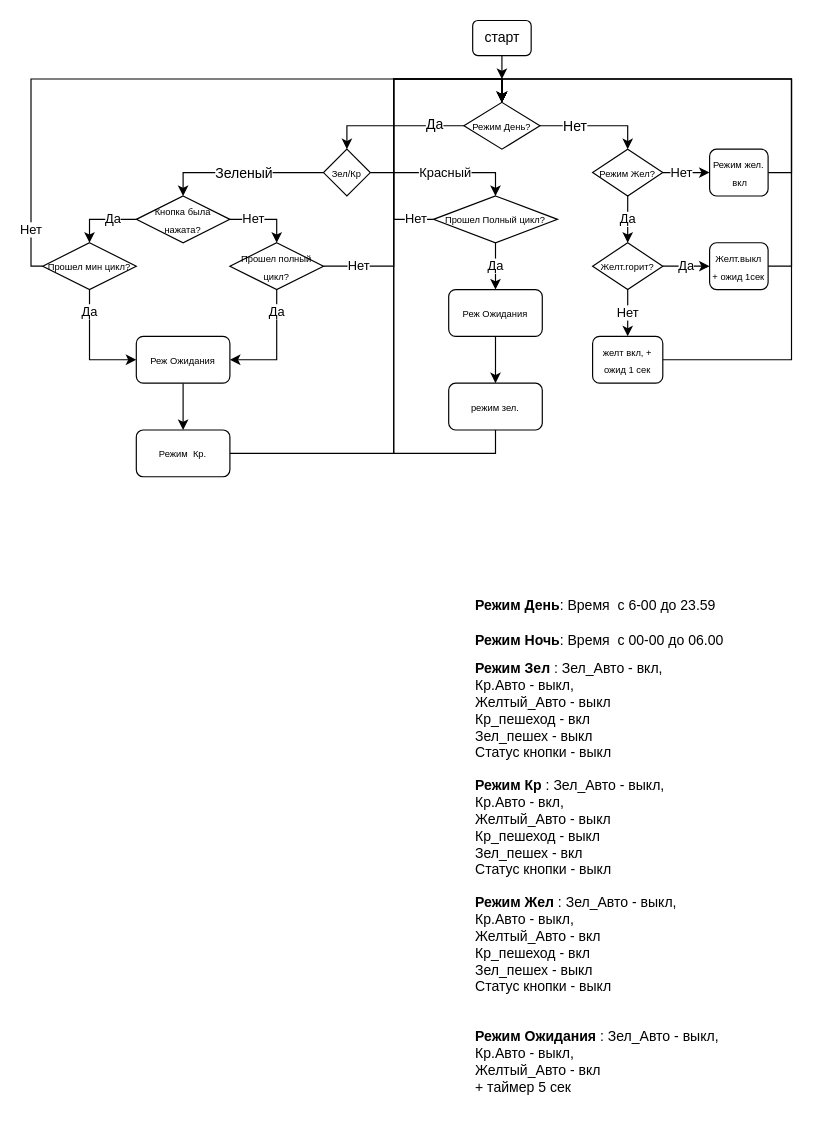
This is Untitled Diagram.drawio from Zed-chi/svetofor, a draw.io file, before an edit. Source tidied: cells renumbered, new cells numbered last; positions are measured from the earlier drawing's top-left corner, leaving out a move shared by most shapes. Both pictures are drawn from the tidied source at 117%, with x=0, y=0 at pixel (30, 20).
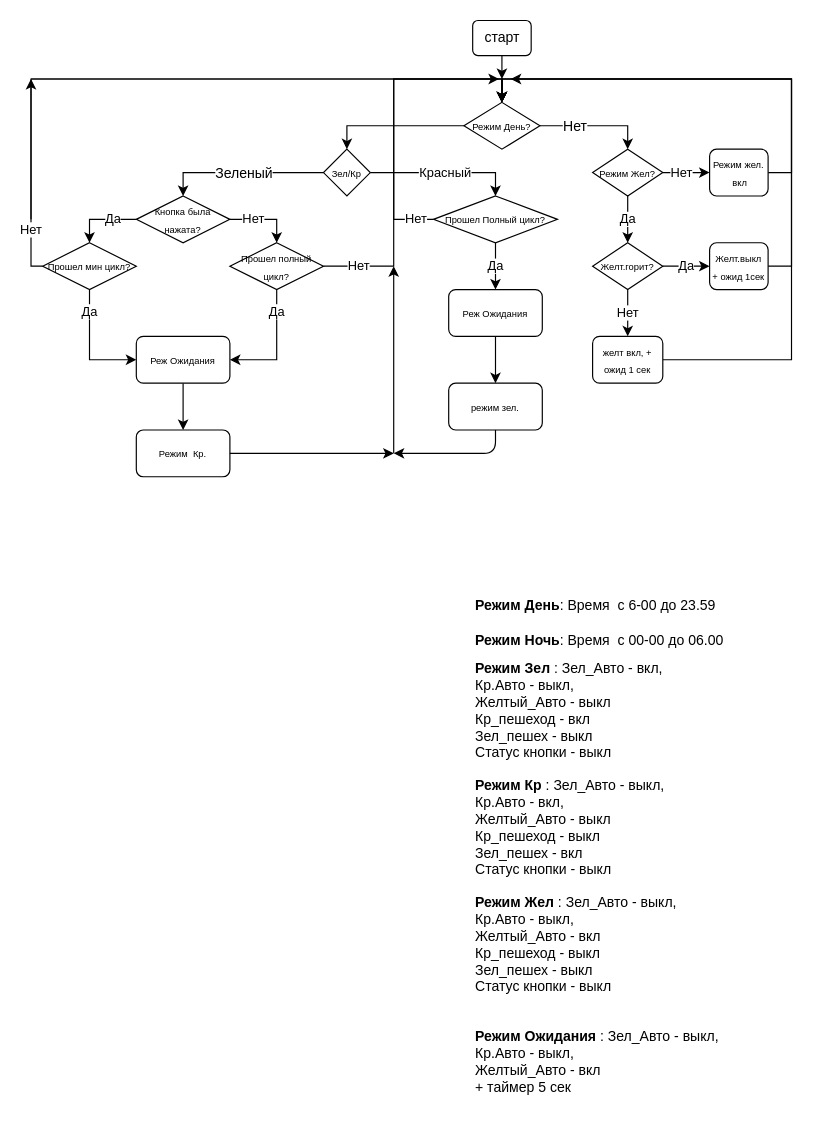
The same page after the edit.

The change refers to these unchanged cells:
```xml
<mxCell id="7" value="&lt;font style=&quot;font-size: 8px&quot;&gt;Режим День?&lt;/font&gt;" style="rhombus;whiteSpace=wrap;html=1;" parent="1" vertex="1">
  <mxGeometry x="370" y="70" width="65" height="40" as="geometry" />
</mxCell>
<mxCell id="18" value="&lt;font style=&quot;font-size: 8px&quot;&gt;Режим&amp;nbsp; Кр.&lt;/font&gt;" style="rounded=1;whiteSpace=wrap;html=1;" parent="1" vertex="1">
  <mxGeometry x="90" y="350" width="80" height="40" as="geometry" />
</mxCell>
<mxCell id="27" value="&lt;font style=&quot;font-size: 8px&quot;&gt;режим зел.&lt;/font&gt;" style="rounded=1;whiteSpace=wrap;html=1;" parent="1" vertex="1">
  <mxGeometry x="357" y="310" width="80" height="40" as="geometry" />
</mxCell>
<mxCell id="39" value="&lt;font style=&quot;font-size: 8px&quot;&gt;Желт.выкл&lt;br&gt;+ ожид 1сек&lt;/font&gt;" style="rounded=1;whiteSpace=wrap;html=1;" parent="1" vertex="1">
  <mxGeometry x="580" y="190" width="50" height="40" as="geometry" />
</mxCell>
```

The edit, as a diff of the source:
```diff
@@
-    <mxCell id="17" style="edgeStyle=orthogonalEdgeStyle;rounded=0;jettySize=auto;html=1;exitX=1;exitY=0.5;exitDx=0;exitDy=0;entryX=0.5;entryY=0;entryDx=0;entryDy=0;" parent="1" edge="1" source="18" target="7">
-      <mxGeometry relative="1" as="geometry">
-        <Array as="points">
-          <mxPoint x="310" y="370" />
-          <mxPoint x="310" y="50" />
-          <mxPoint x="403" y="50" />
-        </Array>
-      </mxGeometry>
-    </mxCell>
@@
-    <mxCell id="25" style="edgeStyle=orthogonalEdgeStyle;rounded=0;jettySize=auto;html=1;exitX=0.5;exitY=1;exitDx=0;exitDy=0;entryX=0.5;entryY=0;entryDx=0;entryDy=0;" parent="1" edge="1" source="27" target="7">
-      <mxGeometry relative="1" as="geometry">
-        <Array as="points">
-          <mxPoint x="397" y="370" />
-          <mxPoint x="310" y="370" />
-          <mxPoint x="310" y="50" />
-          <mxPoint x="403" y="50" />
-        </Array>
-      </mxGeometry>
-    </mxCell>
-    <mxCell id="26" value="Да" style="text;html=1;align=center;verticalAlign=middle;labelBackgroundColor=#ffffff;" parent="25" vertex="1">
-      <mxGeometry x="0.42" y="3" relative="1" as="geometry">
-        <mxPoint x="37" y="-6" as="offset" />
-      </mxGeometry>
-    </mxCell>
@@
     <mxCell id="38" style="edgeStyle=orthogonalEdgeStyle;rounded=0;jettySize=auto;html=1;exitX=1;exitY=0.5;exitDx=0;exitDy=0;entryX=0.5;entryY=0;entryDx=0;entryDy=0;" parent="1" edge="1" source="39" target="7">
       <mxGeometry relative="1" as="geometry">
         <Array as="points">
           <mxPoint x="650" y="210" />
           <mxPoint x="650" y="50" />
-          <mxPoint x="403" y="50" />
+          <mxPoint x="402" y="50" />
         </Array>
       </mxGeometry>
     </mxCell>
@@
-    <mxCell id="44" value="&lt;b&gt;Режим Жел&lt;/b&gt; : Зел_Авто - выкл, &lt;br&gt;Кр.Авто - выкл, &lt;br&gt;Желтый_Авто - вкл&lt;br&gt;Кр_пешеход - вкл&lt;br&gt;Зел_пешех - выкл&lt;br&gt;Статус кнопки - выкл" style="text;html=1;strokeColor=none;fillColor=none;align=left;verticalAlign=middle;whiteSpace=wrap;rounded=0;" parent="1" vertex="1">
+    <mxCell id="44" value="&lt;b&gt;Режим Жел&lt;/b&gt; : Зел_Авто - выкл, &lt;br&gt;Кр.Авто - выкл, &lt;br&gt;Желтый_Авто - вкл&lt;br&gt;Кр_пешеход - выкл&lt;br&gt;Зел_пешех - выкл&lt;br&gt;Статус кнопки - выкл" style="text;html=1;strokeColor=none;fillColor=none;align=left;verticalAlign=middle;whiteSpace=wrap;rounded=0;" parent="1" vertex="1">
       <mxGeometry x="377.5" y="750" width="240" height="80" as="geometry" />
     </mxCell>
@@
+    <mxCell id="51" style="endArrow=classic;html=1;exitX=1;exitY=0.5;exitDx=0;exitDy=0;" parent="1" edge="1" source="18">
+      <mxGeometry relative="1" as="geometry">
+        <mxPoint x="310" y="370" as="targetPoint" />
+      </mxGeometry>
+    </mxCell>
+    <mxCell id="52" style="endArrow=classic;html=1;exitX=0.5;exitY=1;exitDx=0;exitDy=0;" parent="1" edge="1" source="27">
+      <mxGeometry relative="1" as="geometry">
+        <mxPoint x="310" y="370" as="targetPoint" />
+        <Array as="points">
+          <mxPoint x="397" y="370" />
+        </Array>
+      </mxGeometry>
+    </mxCell>
+    <mxCell id="53" style="endArrow=classic;html=1;" parent="1" edge="1">
+      <mxGeometry relative="1" as="geometry">
+        <mxPoint x="310" y="370" as="sourcePoint" />
+        <mxPoint x="310" y="210" as="targetPoint" />
+      </mxGeometry>
+    </mxCell>
+    <mxCell id="54" style="endArrow=classic;html=1;" parent="1" edge="1">
+      <mxGeometry relative="1" as="geometry">
+        <mxPoint x="650" y="50" as="sourcePoint" />
+        <mxPoint x="410" y="50" as="targetPoint" />
+      </mxGeometry>
+    </mxCell>
+    <mxCell id="55" style="endArrow=classic;html=1;" parent="1" edge="1">
+      <mxGeometry relative="1" as="geometry">
+        <mxPoint y="170" as="sourcePoint" />
+        <mxPoint y="50" as="targetPoint" />
+      </mxGeometry>
+    </mxCell>
+    <mxCell id="56" style="endArrow=classic;html=1;" parent="1" edge="1">
+      <mxGeometry relative="1" as="geometry">
+        <mxPoint y="50" as="sourcePoint" />
+        <mxPoint x="400" y="50" as="targetPoint" />
+      </mxGeometry>
+    </mxCell>
```
